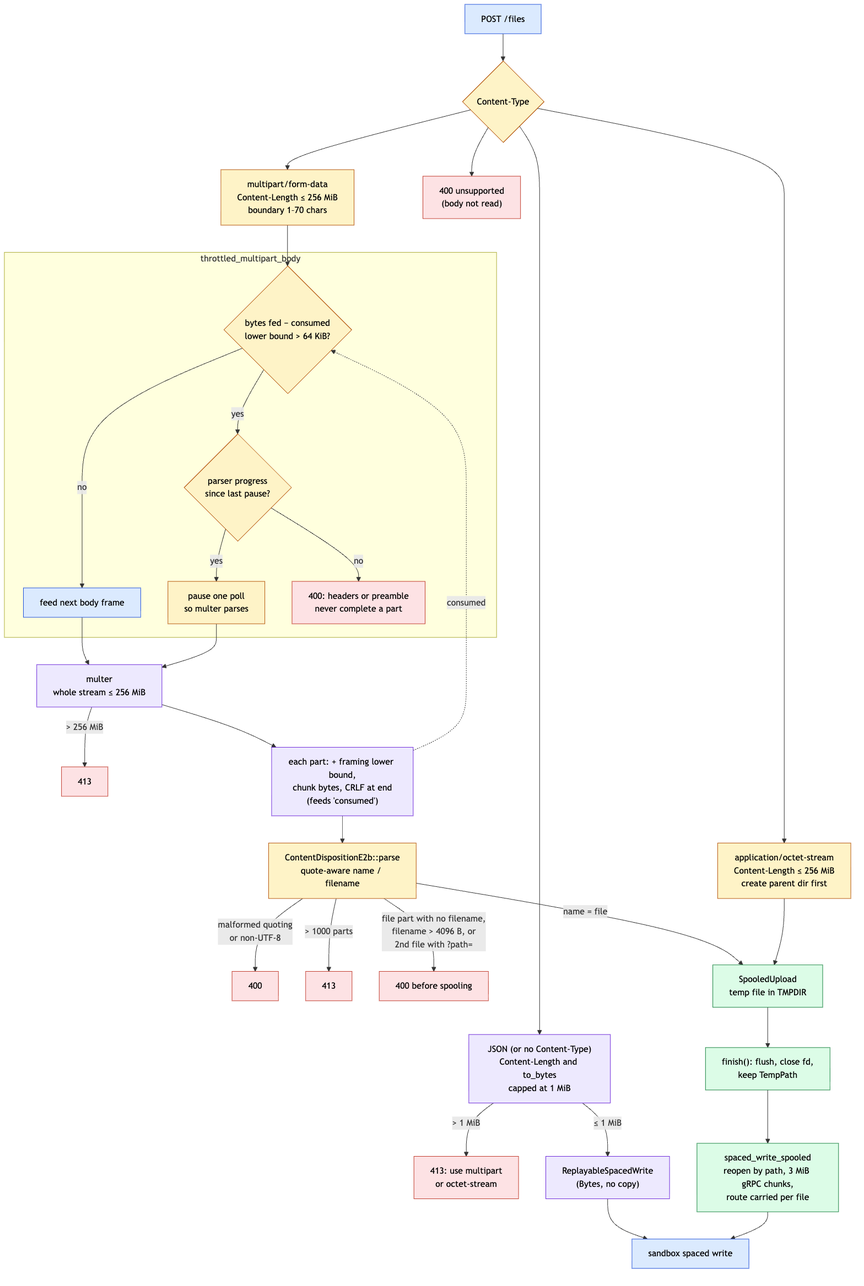
This is docs/space/diagrams/ecw-file-upload-streaming.png from perplexityai/SPACE, a Mermaid export, as it was before one commit. Its source is kept beside it as docs/space/diagrams/ecw-file-upload-streaming.mmd. The source it was exported from:
```mermaid
flowchart TD
  classDef client fill:#dbeafe,stroke:#1d4ed8,color:#000
  classDef gate fill:#fef3c7,stroke:#b45309,color:#000
  classDef disk fill:#dcfce7,stroke:#15803d,color:#000
  classDef mem fill:#ede9fe,stroke:#6d28d9,color:#000
  classDef reject fill:#fde2e4,stroke:#c0392b,color:#000

  req["POST /files"]:::client
  ct{"Content-Type"}:::gate
  req --> ct

  json["JSON (or no Content-Type)<br/>Content-Length and to_bytes<br/>capped at 1 MiB"]:::mem
  oct["application/octet-stream<br/>Content-Length ≤ 256 MiB<br/>create parent dir first"]:::gate
  mp["multipart/form-data<br/>Content-Length ≤ 256 MiB<br/>boundary 1–70 chars"]:::gate
  other["400 unsupported<br/>(body not read)"]:::reject
  ct --> json
  ct --> oct
  ct --> mp
  ct --> other

  json -->|"> 1 MiB"| r413a["413: use multipart<br/>or octet-stream"]:::reject
  json -->|"≤ 1 MiB"| replay["ReplayableSpacedWrite<br/>(Bytes, no copy)"]:::mem

  subgraph feed["throttled_multipart_body"]
    thr{"bytes fed − consumed<br/>lower bound > 64 KiB?"}:::gate
    prog{"parser progress<br/>since last pause?"}:::gate
    pause["pause one poll<br/>so multer parses"]:::gate
    frame["feed next body frame"]:::client
    thr -->|"yes"| prog
    prog -->|"yes"| pause
    prog -->|"no"| r400a["400: headers or preamble<br/>never complete a part"]:::reject
    thr -->|"no"| frame
  end

  mp --> thr
  frame --> multer["multer<br/>whole stream ≤ 256 MiB"]:::mem
  pause --> multer
  multer -->|"> 256 MiB"| r413b["413"]:::reject
  multer --> part["each part: + framing lower bound,<br/>chunk bytes, CRLF at end<br/>(feeds 'consumed')"]:::mem
  part -.->|"consumed"| thr
  part --> cd["ContentDispositionE2b::parse<br/>quote-aware name / filename"]:::gate
  cd -->|"malformed quoting<br/>or non-UTF-8"| r400b["400"]:::reject
  cd -->|"> 1000 parts"| r413c["413"]:::reject
  cd -->|"file part with no filename,<br/>filename > 4096 B, or<br/>2nd file with ?path="| r400c["400 before spooling"]:::reject
  cd -->|"name = file"| spool
  oct --> spool["SpooledUpload<br/>temp file in TMPDIR"]:::disk
  spool --> fin["finish(): flush, close fd,<br/>keep TempPath"]:::disk
  fin --> write["spaced_write_spooled<br/>reopen by path, 3 MiB gRPC chunks,<br/>route carried per file"]:::disk
  replay --> rpc["sandbox spaced write"]:::client
  write --> rpc
```
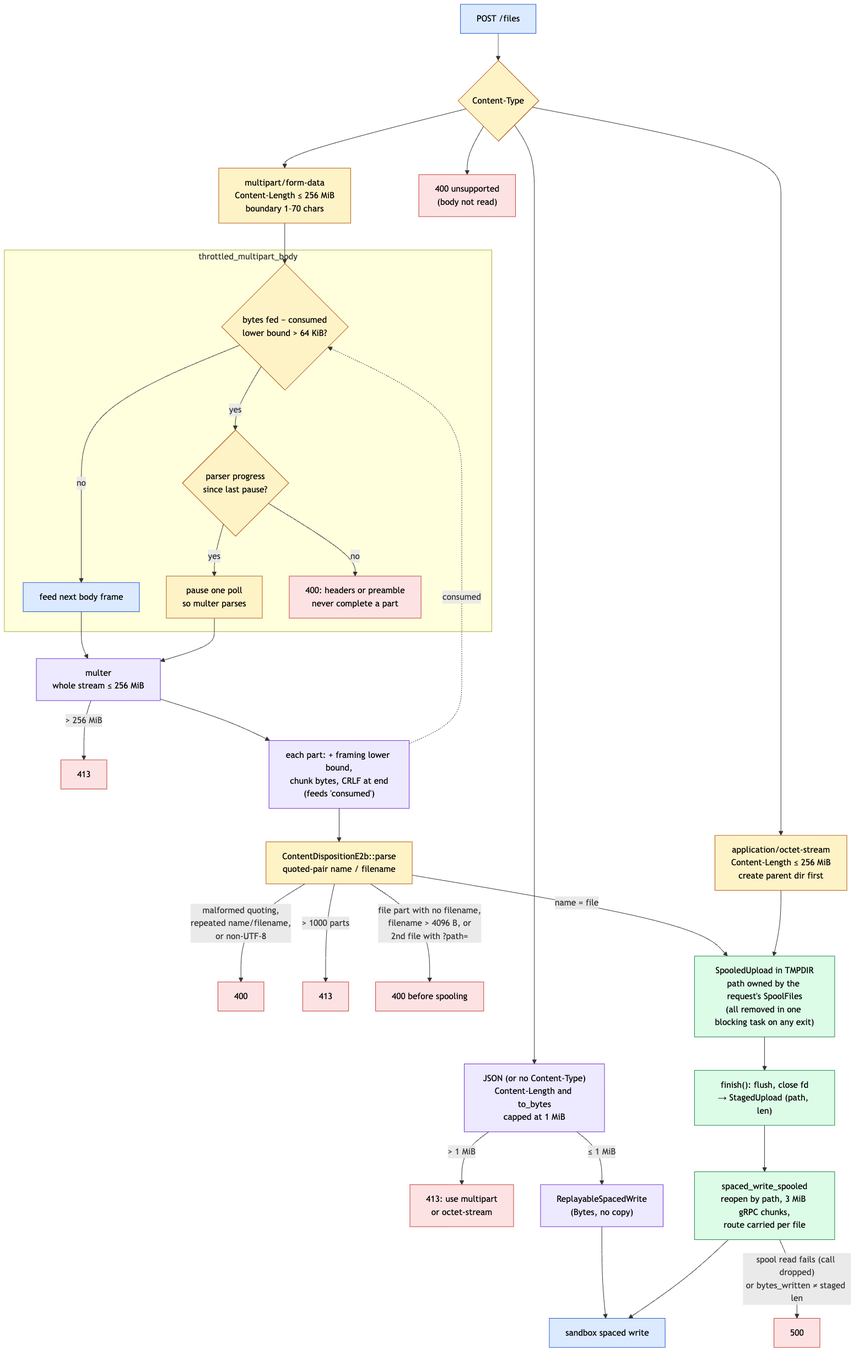
Above is the later version.

Commit message:
[data-plane] test the spool read failure race, correct spool and quoting docs, remove spool files inline while unwinding

What changed in the source:
```diff
@@ -38,13 +38,14 @@
   multer -->|"> 256 MiB"| r413b["413"]:::reject
   multer --> part["each part: + framing lower bound,<br/>chunk bytes, CRLF at end<br/>(feeds 'consumed')"]:::mem
   part -.->|"consumed"| thr
-  part --> cd["ContentDispositionE2b::parse<br/>quote-aware name / filename"]:::gate
-  cd -->|"malformed quoting<br/>or non-UTF-8"| r400b["400"]:::reject
+  part --> cd["ContentDispositionE2b::parse<br/>quoted-pair name / filename"]:::gate
+  cd -->|"malformed quoting,<br/>repeated name/filename,<br/>or non-UTF-8"| r400b["400"]:::reject
   cd -->|"> 1000 parts"| r413c["413"]:::reject
   cd -->|"file part with no filename,<br/>filename > 4096 B, or<br/>2nd file with ?path="| r400c["400 before spooling"]:::reject
   cd -->|"name = file"| spool
-  oct --> spool["SpooledUpload<br/>temp file in TMPDIR"]:::disk
-  spool --> fin["finish(): flush, close fd,<br/>keep TempPath"]:::disk
+  oct --> spool["SpooledUpload in TMPDIR<br/>path owned by the request's SpoolFiles<br/>(all removed in one blocking task on any exit)"]:::disk
+  spool --> fin["finish(): flush, close fd<br/>→ StagedUpload (path, len)"]:::disk
   fin --> write["spaced_write_spooled<br/>reopen by path, 3 MiB gRPC chunks,<br/>route carried per file"]:::disk
+  write -->|"spool read fails (call dropped)<br/>or bytes_written ≠ staged len"| r500["500"]:::reject
   replay --> rpc["sandbox spaced write"]:::client
   write --> rpc
```
